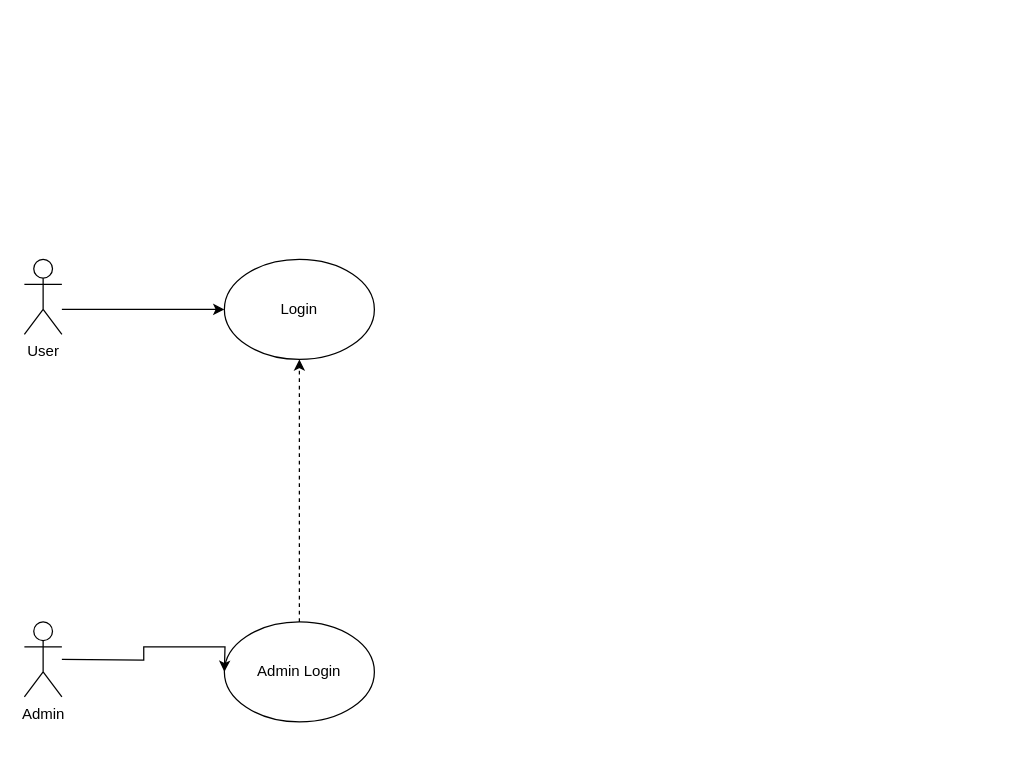
Before: Diagramma senza titolo.drawio in N0ssi/diagrammi, a draw.io diagram. Source tidied: cells renumbered, new cells numbered last; positions are measured from the earlier drawing's top-left corner, leaving out a move shared by most shapes. Both pictures are drawn from the tidied source at 125%, with x=0, y=0 at pixel (24, 259).
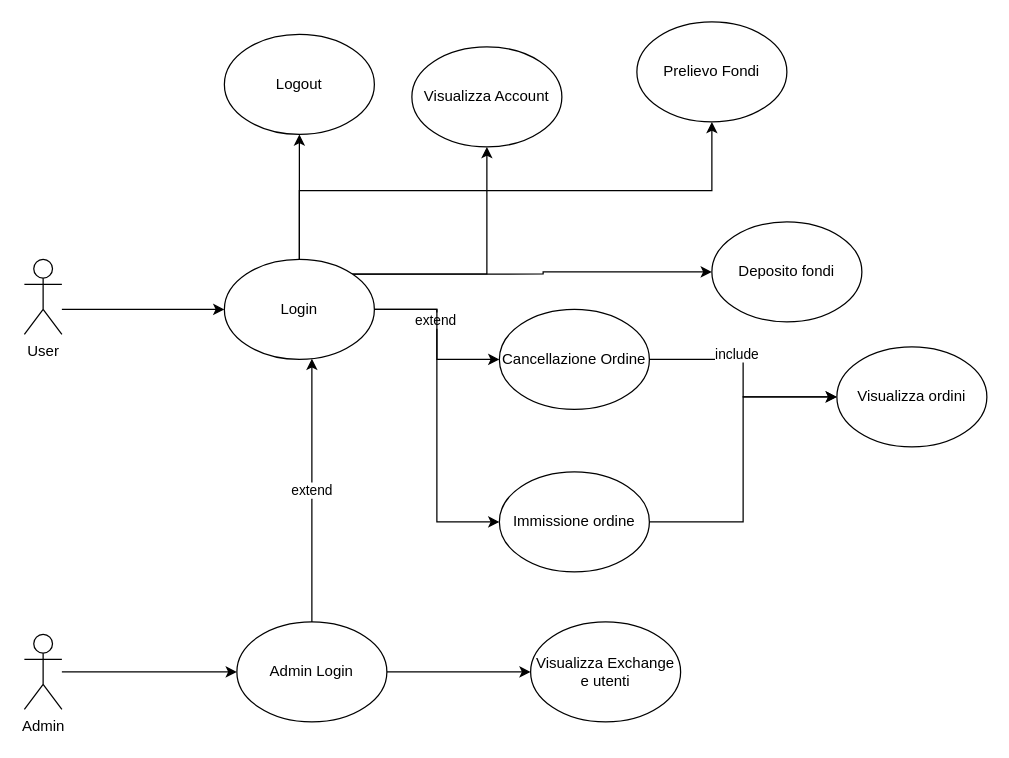
The same diagram, later.

Unchanged cells that the change refers to:
```xml
<mxCell id="5" value="Login" style="ellipse;whiteSpace=wrap;html=1;" parent="1" vertex="1">
  <mxGeometry x="160" width="120" height="80" as="geometry" />
</mxCell>
```

The edit, as a diff of the source:
```diff
@@
+    <mxCell id="9" style="edgeStyle=orthogonalEdgeStyle;rounded=0;jettySize=auto;html=1;entryX=0;entryY=0.5;entryDx=0;entryDy=0;" parent="1" edge="1" source="4" target="7">
+      <mxGeometry relative="1" as="geometry" />
+    </mxCell>
     <mxCell id="4" value="Admin" style="shape=umlActor;verticalLabelPosition=bottom;verticalAlign=top;html=1;outlineConnect=0;" parent="1" vertex="1">
-      <mxGeometry y="290" width="30" height="60" as="geometry" />
+      <mxGeometry y="300" width="30" height="60" as="geometry" />
     </mxCell>
+    <mxCell id="10" style="edgeStyle=orthogonalEdgeStyle;rounded=0;jettySize=auto;html=1;" parent="1" edge="1" source="5" target="26">
+      <mxGeometry relative="1" as="geometry" />
+    </mxCell>
+    <mxCell id="11" value="extend" style="edgeLabel;html=1;align=center;verticalAlign=middle;" parent="10" vertex="1">
+      <mxGeometry x="-0.17" y="-2" relative="1" as="geometry" />
+    </mxCell>
+    <mxCell id="12" style="edgeStyle=orthogonalEdgeStyle;rounded=0;jettySize=auto;html=1;entryX=0.5;entryY=1;entryDx=0;entryDy=0;" parent="1" edge="1" source="5" target="27">
+      <mxGeometry relative="1" as="geometry" />
+    </mxCell>
+    <mxCell id="13" style="edgeStyle=orthogonalEdgeStyle;rounded=0;jettySize=auto;html=1;entryX=0;entryY=0.5;entryDx=0;entryDy=0;" parent="1" edge="1" source="5" target="22">
+      <mxGeometry relative="1" as="geometry" />
+    </mxCell>
+    <mxCell id="14" style="edgeStyle=orthogonalEdgeStyle;rounded=0;jettySize=auto;html=1;exitX=1;exitY=0;exitDx=0;exitDy=0;" parent="1" edge="1" source="5" target="18">
+      <mxGeometry relative="1" as="geometry" />
+    </mxCell>
+    <mxCell id="15" style="edgeStyle=orthogonalEdgeStyle;rounded=0;jettySize=auto;html=1;exitX=0.5;exitY=0;exitDx=0;exitDy=0;" parent="1" edge="1" source="5" target="20">
+      <mxGeometry relative="1" as="geometry" />
+    </mxCell>
+    <mxCell id="16" style="edgeStyle=orthogonalEdgeStyle;rounded=0;jettySize=auto;html=1;exitX=0;exitY=0;exitDx=0;exitDy=0;entryX=0;entryY=0.5;entryDx=0;entryDy=0;" parent="1" edge="1" source="5" target="23">
+      <mxGeometry relative="1" as="geometry" />
+    </mxCell>
@@
-    <mxCell id="6" style="edgeStyle=orthogonalEdgeStyle;rounded=0;jettySize=auto;html=1;dashed=1;" parent="1" edge="1" source="7" target="5">
-      <mxGeometry relative="1" as="geometry" />
+    <mxCell id="6" value="extend" style="edgeStyle=orthogonalEdgeStyle;rounded=0;jettySize=auto;html=1;" parent="1" edge="1" source="7" target="5">
+      <mxGeometry relative="1" as="geometry">
+        <Array as="points">
+          <mxPoint x="230" y="150" />
+          <mxPoint x="230" y="150" />
+        </Array>
+      </mxGeometry>
     </mxCell>
+    <mxCell id="17" style="edgeStyle=orthogonalEdgeStyle;rounded=0;jettySize=auto;html=1;" parent="1" edge="1" source="7" target="19">
+      <mxGeometry relative="1" as="geometry" />
+    </mxCell>
     <mxCell id="7" value="Admin Login" style="ellipse;whiteSpace=wrap;html=1;" parent="1" vertex="1">
-      <mxGeometry x="160" y="290" width="120" height="80" as="geometry" />
+      <mxGeometry x="170" y="290" width="120" height="80" as="geometry" />
     </mxCell>
-    <mxCell id="8" style="edgeStyle=orthogonalEdgeStyle;rounded=0;orthogonalLoop=1;jettySize=auto;html=1;" parent="1" edge="1">
-      <mxGeometry relative="1" as="geometry">
-        <mxPoint x="30" y="320" as="sourcePoint" />
-        <mxPoint x="160" y="330" as="targetPoint" />
-      </mxGeometry>
-    </mxCell>
+    <mxCell id="18" value="Visualizza Account" style="ellipse;whiteSpace=wrap;html=1;" parent="1" vertex="1">
+      <mxGeometry x="310" y="-170" width="120" height="80" as="geometry" />
+    </mxCell>
+    <mxCell id="19" value="Visualizza Exchange e utenti" style="ellipse;whiteSpace=wrap;html=1;" parent="1" vertex="1">
+      <mxGeometry x="405" y="290" width="120" height="80" as="geometry" />
+    </mxCell>
+    <mxCell id="20" value="Prelievo Fondi" style="ellipse;whiteSpace=wrap;html=1;" parent="1" vertex="1">
+      <mxGeometry x="490" y="-190" width="120" height="80" as="geometry" />
+    </mxCell>
+    <mxCell id="21" style="edgeStyle=orthogonalEdgeStyle;rounded=0;jettySize=auto;html=1;entryX=0;entryY=0.5;entryDx=0;entryDy=0;" parent="1" edge="1" source="22" target="28">
+      <mxGeometry relative="1" as="geometry" />
+    </mxCell>
+    <mxCell id="22" value="Immissione ordine" style="ellipse;whiteSpace=wrap;html=1;" parent="1" vertex="1">
+      <mxGeometry x="380" y="170" width="120" height="80" as="geometry" />
+    </mxCell>
+    <mxCell id="23" value="Deposito fondi" style="ellipse;whiteSpace=wrap;html=1;" parent="1" vertex="1">
+      <mxGeometry x="550" y="-30" width="120" height="80" as="geometry" />
+    </mxCell>
+    <mxCell id="24" style="edgeStyle=orthogonalEdgeStyle;rounded=0;jettySize=auto;html=1;entryX=0;entryY=0.5;entryDx=0;entryDy=0;" parent="1" edge="1" source="26" target="28">
+      <mxGeometry relative="1" as="geometry" />
+    </mxCell>
+    <mxCell id="25" value="include" style="edgeLabel;html=1;align=center;verticalAlign=middle;" parent="24" vertex="1">
+      <mxGeometry x="-0.23" y="4" relative="1" as="geometry">
+        <mxPoint y="-1" as="offset" />
+      </mxGeometry>
+    </mxCell>
+    <mxCell id="26" value="Cancellazione Ordine" style="ellipse;whiteSpace=wrap;html=1;" parent="1" vertex="1">
+      <mxGeometry x="380" y="40" width="120" height="80" as="geometry" />
+    </mxCell>
+    <mxCell id="27" value="Logout" style="ellipse;whiteSpace=wrap;html=1;" parent="1" vertex="1">
+      <mxGeometry x="160" y="-180" width="120" height="80" as="geometry" />
+    </mxCell>
+    <mxCell id="28" value="Visualizza ordini" style="ellipse;whiteSpace=wrap;html=1;" parent="1" vertex="1">
+      <mxGeometry x="650" y="70" width="120" height="80" as="geometry" />
+    </mxCell>
```
